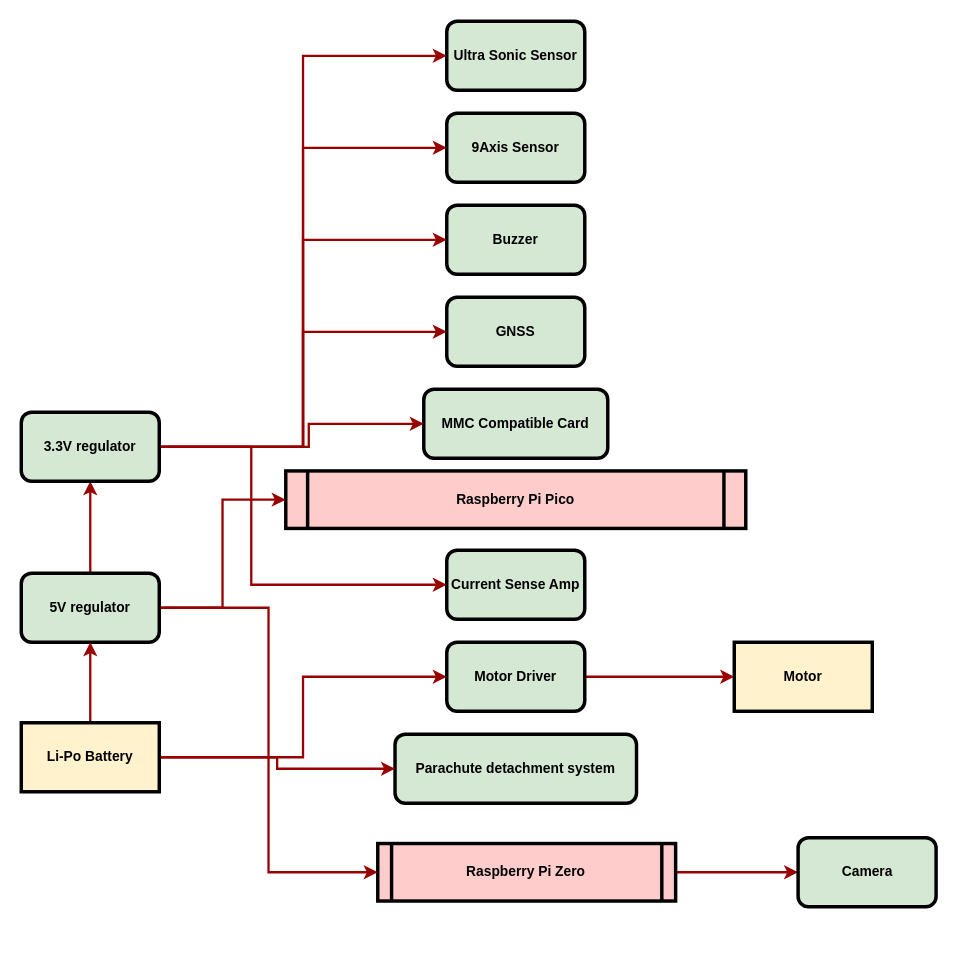
Before: system-char-source.drawio.xml in kodama-gentaro/cansat_team_a, a draw.io diagram. Source tidied: cells renumbered, new cells numbered last; positions are measured from the earlier drawing's top-left corner, leaving out a move shared by most shapes. Both pictures are drawn from the tidied source at 115%, with x=0, y=0 at pixel (21, 21).
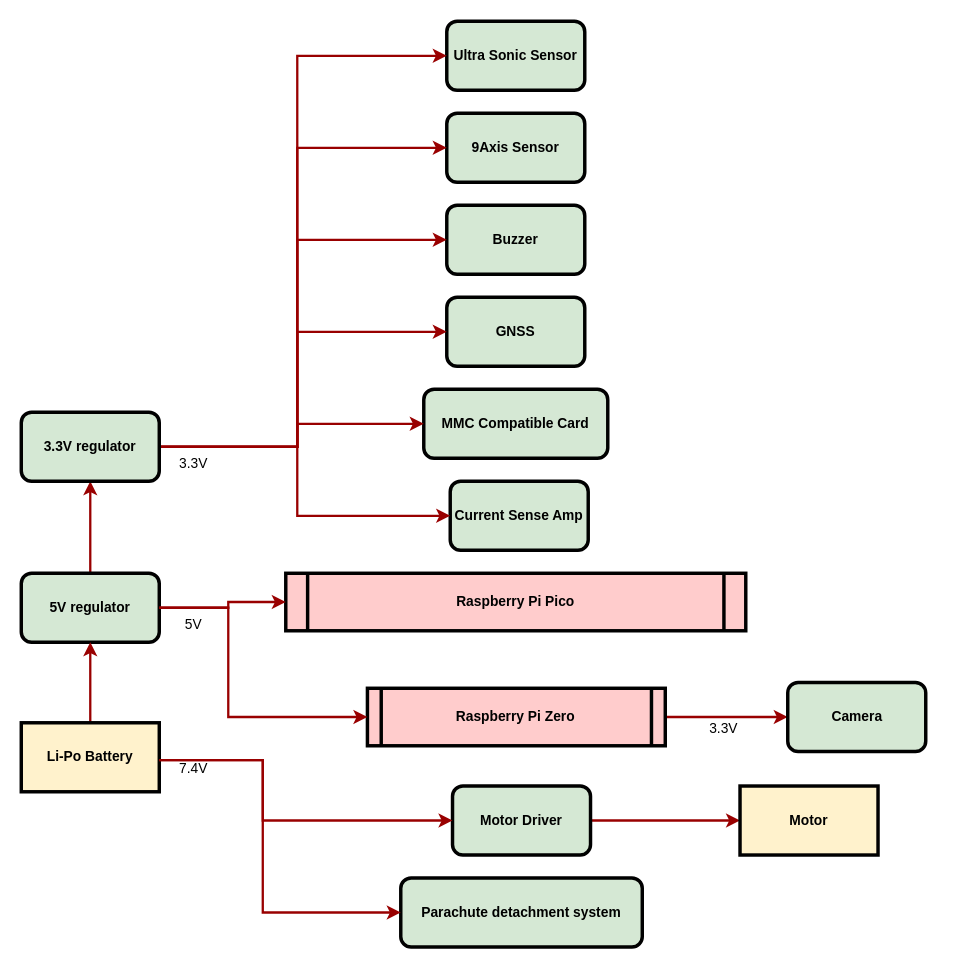
The same page after the edit.

Commit message:
system-char-source.drawio.xml を更新します

Unchanged cells that the change refers to:
```xml
<mxCell id="9" value="&lt;b&gt;9Axis Sensor&lt;br&gt;&lt;/b&gt;" style="rounded=1;whiteSpace=wrap;html=1;strokeWidth=3;fillColor=#d5e8d4;strokeColor=#000000;" parent="1" vertex="1">
  <mxGeometry x="370" y="80" width="120" height="60" as="geometry" />
</mxCell>
<mxCell id="10" value="&lt;b&gt;GNSS&lt;/b&gt;" style="rounded=1;whiteSpace=wrap;html=1;strokeWidth=3;fillColor=#d5e8d4;strokeColor=#000000;" parent="1" vertex="1">
  <mxGeometry x="370" y="240" width="120" height="60" as="geometry" />
</mxCell>
<mxCell id="11" value="&lt;b&gt;MMC Compatible Card&lt;br&gt;&lt;/b&gt;" style="rounded=1;whiteSpace=wrap;html=1;strokeWidth=3;fillColor=#d5e8d4;strokeColor=#000000;" parent="1" vertex="1">
  <mxGeometry x="350" y="320" width="160" height="60" as="geometry" />
</mxCell>
<mxCell id="13" value="&lt;b&gt;Ultra Sonic Sensor&lt;br&gt;&lt;/b&gt;" style="rounded=1;whiteSpace=wrap;html=1;strokeWidth=3;fillColor=#d5e8d4;strokeColor=#000000;" parent="1" vertex="1">
  <mxGeometry x="370" width="120" height="60" as="geometry" />
</mxCell>
<mxCell id="15" value="&lt;div&gt;&lt;b&gt;Buzzer&lt;/b&gt;&lt;/div&gt;" style="rounded=1;whiteSpace=wrap;html=1;strokeWidth=3;fillColor=#d5e8d4;strokeColor=#000000;" parent="1" vertex="1">
  <mxGeometry x="370" y="160" width="120" height="60" as="geometry" />
</mxCell>
<mxCell id="19" value="&lt;b&gt;5V regulator&lt;/b&gt;" style="rounded=1;whiteSpace=wrap;html=1;strokeWidth=3;fillColor=#d5e8d4;strokeColor=#000000;" parent="1" vertex="1">
  <mxGeometry y="480" width="120" height="60" as="geometry" />
</mxCell>
<mxCell id="26" value="&lt;b&gt;3.3V regulator&lt;/b&gt;" style="rounded=1;whiteSpace=wrap;html=1;strokeWidth=3;fillColor=#d5e8d4;strokeColor=#000000;" parent="1" vertex="1">
  <mxGeometry y="340" width="120" height="60" as="geometry" />
</mxCell>
<mxCell id="30" value="&lt;b&gt;Li-Po Battery&lt;br&gt;&lt;/b&gt;" style="rounded=0;whiteSpace=wrap;html=1;strokeWidth=3;fillColor=#fff2cc;strokeColor=#000000;" parent="1" vertex="1">
  <mxGeometry y="610" width="120" height="60" as="geometry" />
</mxCell>
```

What changed in the source:
```diff
@@
     <mxCell id="2" value="Raspberry Pi Pico" style="shape=process;whiteSpace=wrap;align=center;verticalAlign=middle;size=0.0475;fontStyle=1;strokeWidth=3;fillColor=#FFCCCC;" parent="1" vertex="1">
-      <mxGeometry x="230" y="391" width="400" height="50" as="geometry" />
+      <mxGeometry x="230" y="480" width="400" height="50" as="geometry" />
     </mxCell>
@@
     <mxCell id="4" value="&lt;font style=&quot;font-size: 12px;&quot;&gt;&lt;b&gt;&lt;font style=&quot;font-size: 12px;&quot;&gt;Motor&lt;/font&gt;&lt;/b&gt; &lt;b&gt;Driver&lt;/b&gt;&lt;/font&gt;" style="rounded=1;whiteSpace=wrap;html=1;strokeWidth=3;fillColor=#d5e8d4;strokeColor=#000000;" parent="1" vertex="1">
-      <mxGeometry x="370" y="540" width="120" height="60" as="geometry" />
+      <mxGeometry x="375" y="665" width="120" height="60" as="geometry" />
     </mxCell>
     <mxCell id="5" value="&lt;div&gt;&lt;font style=&quot;font-size: 12px;&quot;&gt;&lt;b&gt;&lt;font style=&quot;font-size: 12px;&quot;&gt;Motor&lt;/font&gt;&lt;/b&gt;&lt;br&gt;&lt;/font&gt;&lt;/div&gt;" style="rounded=0;whiteSpace=wrap;html=1;strokeWidth=3;fillColor=#fff2cc;strokeColor=#000000;" parent="1" vertex="1">
-      <mxGeometry x="620" y="540" width="120" height="60" as="geometry" />
+      <mxGeometry x="625" y="665" width="120" height="60" as="geometry" />
     </mxCell>
     <mxCell id="6" value="&lt;b&gt;Current Sense Amp&lt;br&gt;&lt;/b&gt;" style="rounded=1;whiteSpace=wrap;html=1;strokeWidth=3;fillColor=#d5e8d4;strokeColor=#000000;" parent="1" vertex="1">
-      <mxGeometry x="370" y="460" width="120" height="60" as="geometry" />
+      <mxGeometry x="373" y="400" width="120" height="60" as="geometry" />
     </mxCell>
@@
     <mxCell id="8" value="Raspberry Pi Zero" style="shape=process;whiteSpace=wrap;align=center;verticalAlign=middle;size=0.0475;fontStyle=1;strokeWidth=3;fillColor=#FFCCCC;" parent="1" vertex="1">
-      <mxGeometry x="310" y="715" width="259" height="50" as="geometry" />
+      <mxGeometry x="301" y="580" width="259" height="50" as="geometry" />
     </mxCell>
@@
     <mxCell id="12" value="&lt;b&gt;Camera&lt;/b&gt;" style="rounded=1;whiteSpace=wrap;html=1;strokeWidth=3;fillColor=#d5e8d4;strokeColor=#000000;" parent="1" vertex="1">
-      <mxGeometry x="675.5" y="710" width="120" height="60" as="geometry" />
+      <mxGeometry x="666.5" y="575" width="120" height="60" as="geometry" />
     </mxCell>
@@
     <mxCell id="14" value="&lt;b&gt;Parachute detachment system&lt;br&gt;&lt;/b&gt;" style="rounded=1;whiteSpace=wrap;html=1;strokeWidth=3;fillColor=#d5e8d4;strokeColor=#000000;" parent="1" vertex="1">
-      <mxGeometry x="325" y="620" width="210" height="60" as="geometry" />
+      <mxGeometry x="330" y="745" width="210" height="60" as="geometry" />
     </mxCell>
@@
-    <mxCell id="17" style="edgeStyle=orthogonalEdgeStyle;rounded=0;jettySize=auto;html=1;exitX=1;exitY=0.5;exitDx=0;exitDy=0;entryX=0;entryY=0.5;entryDx=0;entryDy=0;strokeWidth=2;strokeColor=#990000;" parent="1" edge="1" source="19" target="2">
-      <mxGeometry relative="1" as="geometry" />
-    </mxCell>
-    <mxCell id="18" style="edgeStyle=orthogonalEdgeStyle;rounded=0;jettySize=auto;html=1;exitX=1;exitY=0.5;exitDx=0;exitDy=0;entryX=0;entryY=0.5;entryDx=0;entryDy=0;strokeWidth=2;strokeColor=#990000;" parent="1" edge="1" source="19" target="8">
-      <mxGeometry relative="1" as="geometry" />
-    </mxCell>
@@
     <mxCell id="20" style="edgeStyle=orthogonalEdgeStyle;rounded=0;jettySize=auto;html=1;exitX=1;exitY=0.5;exitDx=0;exitDy=0;entryX=0;entryY=0.5;entryDx=0;entryDy=0;strokeWidth=2;strokeColor=#990000;" parent="1" edge="1" source="26" target="11">
       <mxGeometry relative="1" as="geometry">
         <Array as="points">
-          <mxPoint x="250" y="370" />
-          <mxPoint x="250" y="350" />
+          <mxPoint x="240" y="370" />
+          <mxPoint x="240" y="350" />
         </Array>
       </mxGeometry>
     </mxCell>
     <mxCell id="21" style="edgeStyle=orthogonalEdgeStyle;rounded=0;jettySize=auto;html=1;exitX=1;exitY=0.5;exitDx=0;exitDy=0;entryX=0;entryY=0.5;entryDx=0;entryDy=0;strokeWidth=2;strokeColor=#990000;" parent="1" edge="1" source="26" target="10">
-      <mxGeometry relative="1" as="geometry" />
+      <mxGeometry relative="1" as="geometry">
+        <Array as="points">
+          <mxPoint x="240" y="370" />
+          <mxPoint x="240" y="270" />
+        </Array>
+      </mxGeometry>
     </mxCell>
     <mxCell id="22" style="edgeStyle=orthogonalEdgeStyle;rounded=0;jettySize=auto;html=1;exitX=1;exitY=0.5;exitDx=0;exitDy=0;entryX=0;entryY=0.5;entryDx=0;entryDy=0;strokeWidth=2;strokeColor=#990000;" parent="1" edge="1" source="26" target="15">
-      <mxGeometry relative="1" as="geometry" />
+      <mxGeometry relative="1" as="geometry">
+        <Array as="points">
+          <mxPoint x="240" y="370" />
+          <mxPoint x="240" y="190" />
+        </Array>
+      </mxGeometry>
     </mxCell>
     <mxCell id="23" style="edgeStyle=orthogonalEdgeStyle;rounded=0;jettySize=auto;html=1;exitX=1;exitY=0.5;exitDx=0;exitDy=0;entryX=0;entryY=0.5;entryDx=0;entryDy=0;strokeColor=#990000;strokeWidth=2;" parent="1" edge="1" source="26" target="9">
-      <mxGeometry relative="1" as="geometry" />
+      <mxGeometry relative="1" as="geometry">
+        <Array as="points">
+          <mxPoint x="240" y="370" />
+          <mxPoint x="240" y="110" />
+        </Array>
+      </mxGeometry>
     </mxCell>
     <mxCell id="24" style="edgeStyle=orthogonalEdgeStyle;rounded=0;jettySize=auto;html=1;exitX=1;exitY=0.5;exitDx=0;exitDy=0;entryX=0;entryY=0.5;entryDx=0;entryDy=0;strokeWidth=2;strokeColor=#990000;" parent="1" edge="1" source="26" target="6">
       <mxGeometry relative="1" as="geometry">
         <Array as="points">
-          <mxPoint x="200" y="370" />
-          <mxPoint x="200" y="490" />
+          <mxPoint x="240" y="370" />
+          <mxPoint x="240" y="430" />
         </Array>
       </mxGeometry>
     </mxCell>
     <mxCell id="25" style="edgeStyle=orthogonalEdgeStyle;rounded=0;jettySize=auto;html=1;exitX=1;exitY=0.5;exitDx=0;exitDy=0;entryX=0;entryY=0.5;entryDx=0;entryDy=0;strokeWidth=2;strokeColor=#990000;" parent="1" edge="1" source="26" target="13">
-      <mxGeometry relative="1" as="geometry" />
+      <mxGeometry relative="1" as="geometry">
+        <Array as="points">
+          <mxPoint x="240" y="370" />
+          <mxPoint x="240" y="30" />
+        </Array>
+      </mxGeometry>
     </mxCell>
@@
-    <mxCell id="28" style="edgeStyle=orthogonalEdgeStyle;rounded=0;jettySize=auto;html=1;exitX=1;exitY=0.5;exitDx=0;exitDy=0;entryX=0;entryY=0.5;entryDx=0;entryDy=0;strokeWidth=2;strokeColor=#990000;" parent="1" edge="1" source="30" target="14">
-      <mxGeometry relative="1" as="geometry" />
-    </mxCell>
-    <mxCell id="29" style="edgeStyle=orthogonalEdgeStyle;rounded=0;jettySize=auto;html=1;exitX=1;exitY=0.5;exitDx=0;exitDy=0;entryX=0;entryY=0.5;entryDx=0;entryDy=0;strokeWidth=2;strokeColor=#990000;" parent="1" edge="1" source="30" target="4">
-      <mxGeometry relative="1" as="geometry" />
-    </mxCell>
@@
+    <mxCell id="31" style="edgeStyle=orthogonalEdgeStyle;rounded=0;jettySize=auto;html=1;exitX=0;exitY=0.25;exitDx=0;exitDy=0;entryX=0;entryY=0.5;entryDx=0;entryDy=0;strokeWidth=2;strokeColor=#990000;" parent="1" edge="1" source="33" target="4">
+      <mxGeometry relative="1" as="geometry">
+        <Array as="points">
+          <mxPoint x="210" y="642" />
+          <mxPoint x="210" y="695" />
+        </Array>
+      </mxGeometry>
+    </mxCell>
+    <mxCell id="32" style="edgeStyle=orthogonalEdgeStyle;rounded=0;jettySize=auto;html=1;exitX=0;exitY=0.25;exitDx=0;exitDy=0;entryX=0;entryY=0.5;entryDx=0;entryDy=0;strokeWidth=2;strokeColor=#990000;" parent="1" edge="1" source="33" target="14">
+      <mxGeometry relative="1" as="geometry">
+        <Array as="points">
+          <mxPoint x="210" y="642" />
+          <mxPoint x="210" y="775" />
+        </Array>
+      </mxGeometry>
+    </mxCell>
+    <mxCell id="33" value="7.4V" style="text;html=1;strokeColor=none;fillColor=none;align=center;verticalAlign=middle;whiteSpace=wrap;rounded=0;" parent="1" vertex="1">
+      <mxGeometry x="120" y="635" width="60" height="30" as="geometry" />
+    </mxCell>
+    <mxCell id="34" style="edgeStyle=orthogonalEdgeStyle;rounded=0;jettySize=auto;html=1;exitX=0;exitY=0;exitDx=0;exitDy=0;entryX=0;entryY=0.5;entryDx=0;entryDy=0;strokeWidth=2;strokeColor=#990000;" parent="1" edge="1" source="36" target="2">
+      <mxGeometry relative="1" as="geometry">
+        <Array as="points">
+          <mxPoint x="180" y="510" />
+          <mxPoint x="180" y="505" />
+        </Array>
+      </mxGeometry>
+    </mxCell>
+    <mxCell id="35" style="edgeStyle=orthogonalEdgeStyle;rounded=0;jettySize=auto;html=1;exitX=0;exitY=0;exitDx=0;exitDy=0;entryX=0;entryY=0.5;entryDx=0;entryDy=0;strokeColor=#990000;strokeWidth=2;" parent="1" edge="1" source="36" target="8">
+      <mxGeometry relative="1" as="geometry">
+        <Array as="points">
+          <mxPoint x="180" y="510" />
+          <mxPoint x="180" y="605" />
+        </Array>
+      </mxGeometry>
+    </mxCell>
+    <mxCell id="36" value="5V" style="text;html=1;strokeColor=none;fillColor=none;align=center;verticalAlign=middle;whiteSpace=wrap;rounded=0;" parent="1" vertex="1">
+      <mxGeometry x="120" y="510" width="60" height="30" as="geometry" />
+    </mxCell>
+    <mxCell id="37" value="3.3V" style="text;html=1;strokeColor=none;fillColor=none;align=center;verticalAlign=middle;whiteSpace=wrap;rounded=0;" parent="1" vertex="1">
+      <mxGeometry x="120" y="370" width="60" height="30" as="geometry" />
+    </mxCell>
+    <mxCell id="38" value="3.3V" style="text;html=1;strokeColor=none;fillColor=none;align=center;verticalAlign=middle;whiteSpace=wrap;rounded=0;" parent="1" vertex="1">
+      <mxGeometry x="581" y="600" width="60" height="30" as="geometry" />
+    </mxCell>
```
